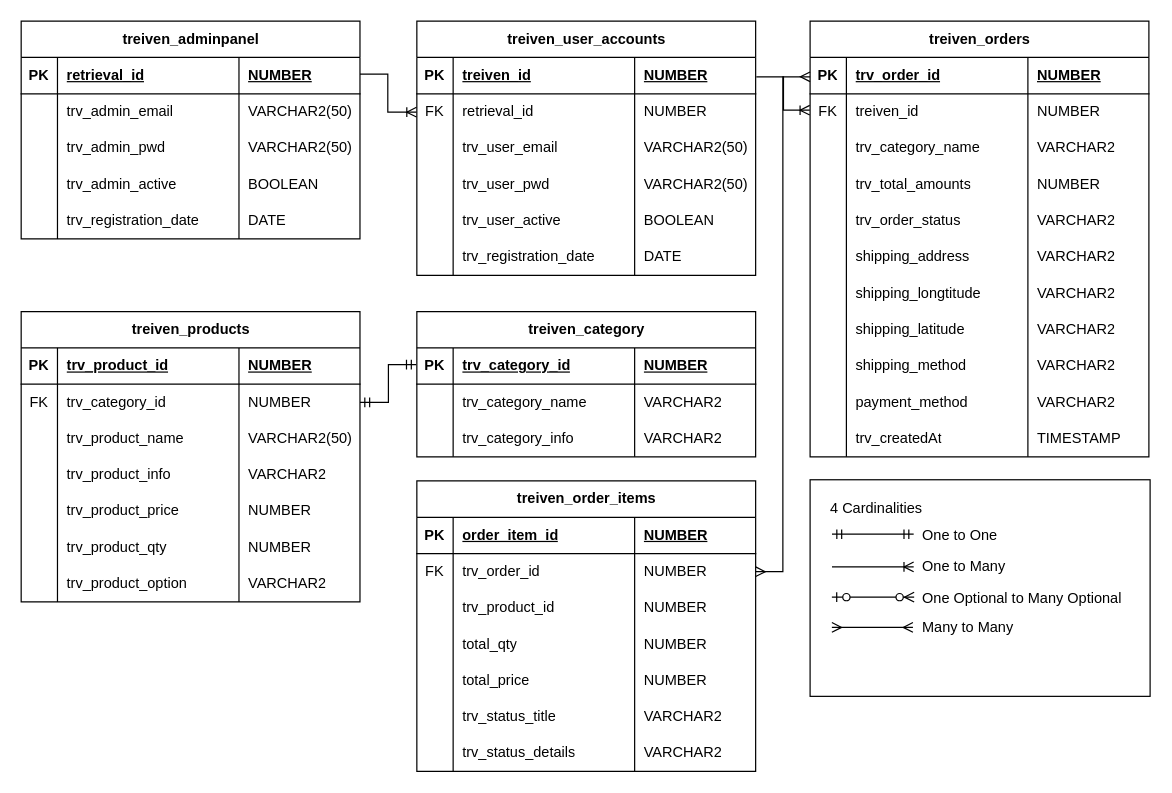
The draw.io diagram public/treiven.drawio in lash0000/im101, before the edit. Source tidied: cells renumbered, new cells numbered last; positions are measured from the earlier drawing's top-left corner, leaving out a move shared by most shapes. Both pictures are drawn from the tidied source at 121%, with x=0, y=0 at pixel (21, 21).
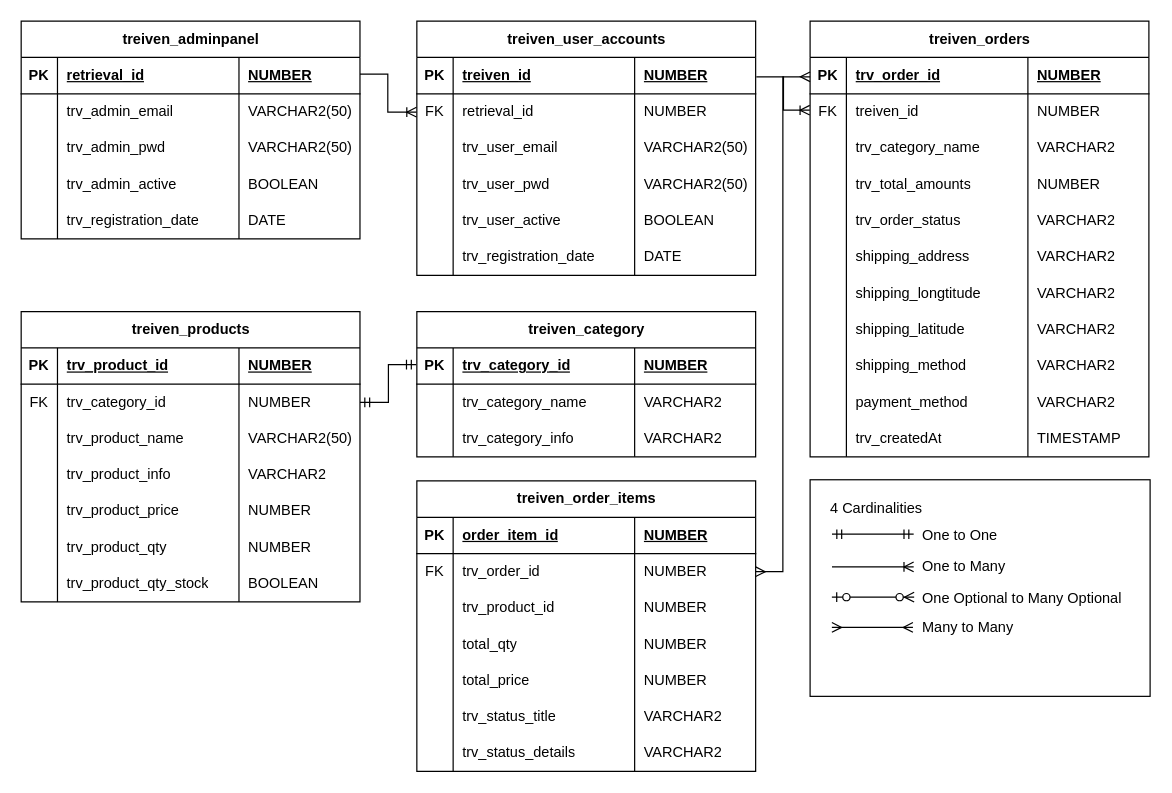
After the change.

Commit message:
add new attr for qty stock

Unchanged cells that the change refers to:
```xml
<mxCell id="73" style="shape=tableRow;horizontal=0;startSize=0;swimlaneHead=0;swimlaneBody=0;fillColor=none;top=0;left=0;right=0;bottom=0;" parent="48" vertex="1">
  <mxGeometry y="210" width="280" height="30" as="geometry" />
</mxCell>
```

The edit, as a diff of the source:
```diff
@@
-    <mxCell id="75" value="trv_product_option" style="shape=partialRectangle;fillColor=none;top=0;left=0;bottom=0;right=0;align=left;spacingLeft=6;overflow=hidden;whiteSpace=wrap;html=1;" parent="73" vertex="1">
+    <mxCell id="75" value="trv_product_qty_stock" style="shape=partialRectangle;fillColor=none;top=0;left=0;bottom=0;right=0;align=left;spacingLeft=6;overflow=hidden;whiteSpace=wrap;html=1;" parent="73" vertex="1">
       <mxGeometry x="30" width="150" height="30" as="geometry" />
     </mxCell>
-    <mxCell id="76" value="VARCHAR2" style="shape=partialRectangle;fillColor=none;top=0;left=0;bottom=0;right=0;align=left;spacingLeft=6;overflow=hidden;whiteSpace=wrap;html=1;" parent="73" vertex="1">
+    <mxCell id="76" value="BOOLEAN" style="shape=partialRectangle;fillColor=none;top=0;left=0;bottom=0;right=0;align=left;spacingLeft=6;overflow=hidden;whiteSpace=wrap;html=1;" parent="73" vertex="1">
       <mxGeometry x="180" width="100" height="30" as="geometry" />
     </mxCell>
```
